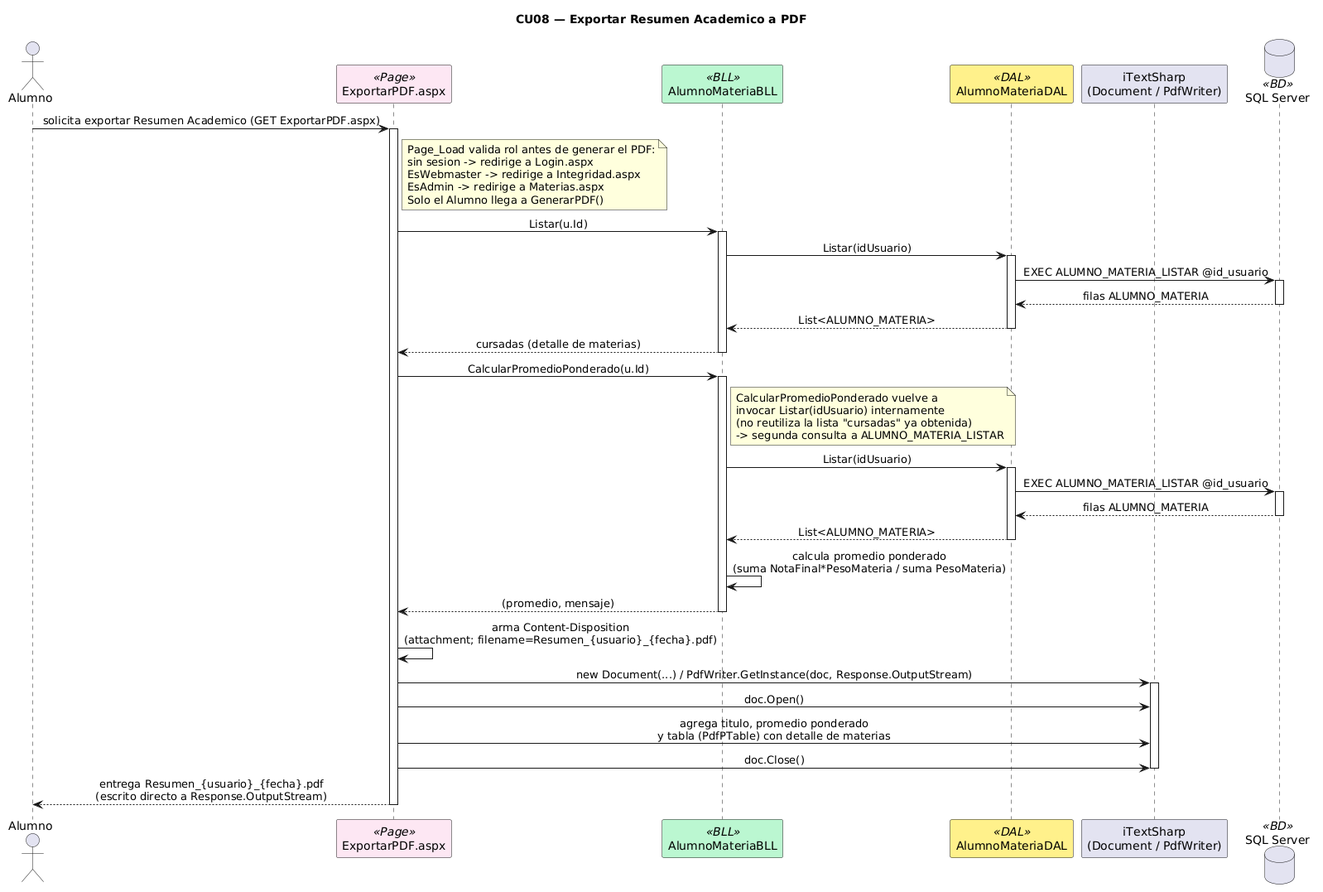
This is DIAGRAMAS/Secuencia_CU08_ExportarPDF.png from Urrels/tpDYAWeb, a PlantUML export, as it was before one commit.
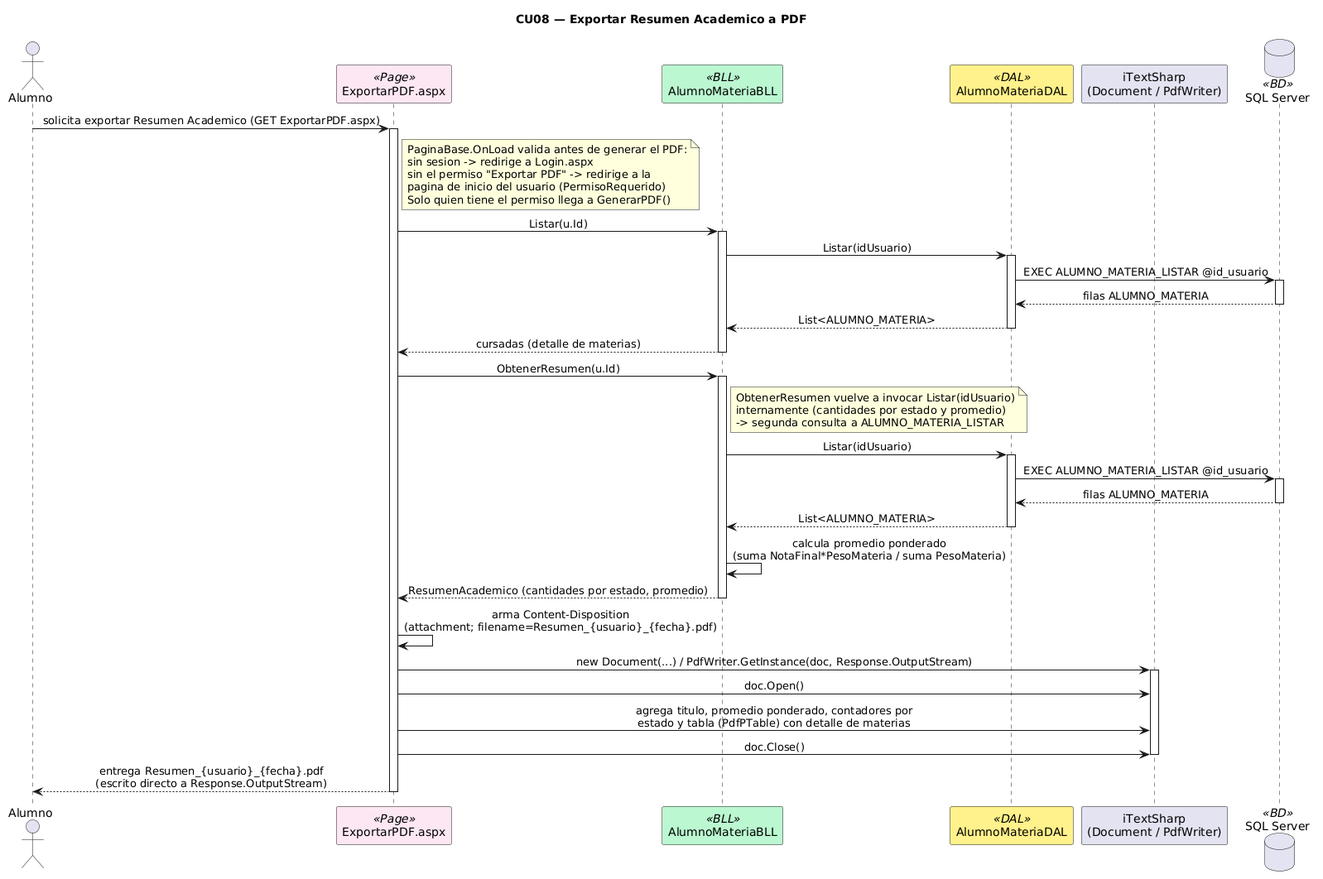
The same diagram one commit later.

The edit, as a diff of the source:
```diff
@@ -20,11 +20,11 @@
 activate PAGE
 
 note right of PAGE
-  Page_Load valida rol antes de generar el PDF:
+  PaginaBase.OnLoad valida antes de generar el PDF:
   sin sesion -> redirige a Login.aspx
-  EsWebmaster -> redirige a Integridad.aspx
-  EsAdmin -> redirige a Materias.aspx
-  Solo el Alumno llega a GenerarPDF()
+  sin el permiso "Exportar PDF" -> redirige a la
+  pagina de inicio del usuario (PermisoRequerido)
+  Solo quien tiene el permiso llega a GenerarPDF()
 end note
 
 PAGE -> BLL : Listar(u.Id)
@@ -40,12 +40,11 @@
 BLL --> PAGE : cursadas (detalle de materias)
 deactivate BLL
 
-PAGE -> BLL : CalcularPromedioPonderado(u.Id)
+PAGE -> BLL : ObtenerResumen(u.Id)
 activate BLL
 note right of BLL
-  CalcularPromedioPonderado vuelve a
-  invocar Listar(idUsuario) internamente
-  (no reutiliza la lista "cursadas" ya obtenida)
+  ObtenerResumen vuelve a invocar Listar(idUsuario)
+  internamente (cantidades por estado y promedio)
   -> segunda consulta a ALUMNO_MATERIA_LISTAR
 end note
 BLL -> DAL : Listar(idUsuario)
@@ -57,14 +56,14 @@
 DAL --> BLL : List<ALUMNO_MATERIA>
 deactivate DAL
 BLL -> BLL : calcula promedio ponderado\n(suma NotaFinal*PesoMateria / suma PesoMateria)
-BLL --> PAGE : (promedio, mensaje)
+BLL --> PAGE : ResumenAcademico (cantidades por estado, promedio)
 deactivate BLL
 
 PAGE -> PAGE : arma Content-Disposition\n(attachment; filename=Resumen_{usuario}_{fecha}.pdf)
 PAGE -> PDF : new Document(...) / PdfWriter.GetInstance(doc, Response.OutputStream)
 activate PDF
 PAGE -> PDF : doc.Open()
-PAGE -> PDF : agrega titulo, promedio ponderado\ny tabla (PdfPTable) con detalle de materias
+PAGE -> PDF : agrega titulo, promedio ponderado, contadores por\nestado y tabla (PdfPTable) con detalle de materias
 PAGE -> PDF : doc.Close()
 deactivate PDF
 
```
